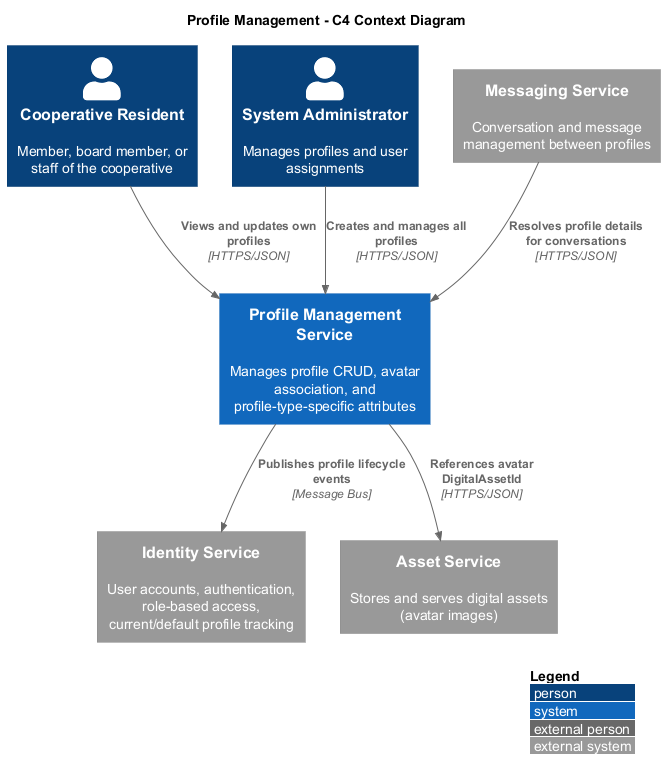
Above: docs/detailed-designs/04-profile-management/c4-context.png in QuinntyneBrown/Coop (PlantUML), before the change.
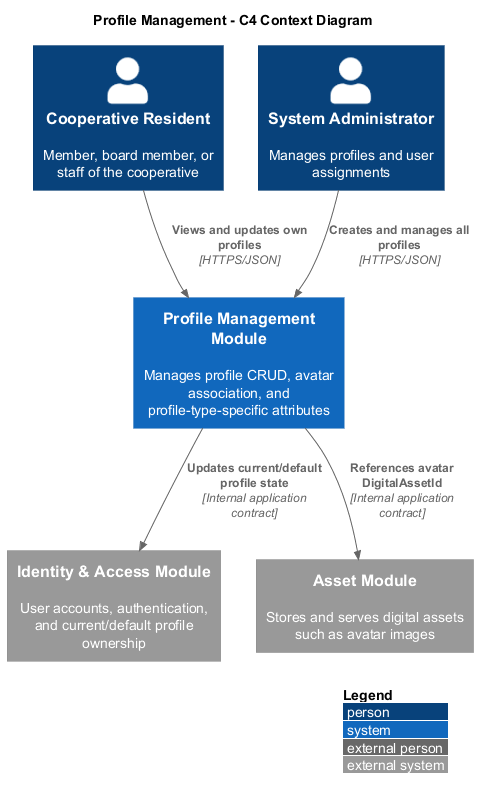
The same diagram one commit later.

What changed in the source:
```diff
@@ -10,16 +10,14 @@
 Person(resident, "Cooperative Resident", "Member, board member, or staff of the cooperative")
 Person(admin, "System Administrator", "Manages profiles and user assignments")
 
-System(profileService, "Profile Management Service", "Manages profile CRUD, avatar association, and profile-type-specific attributes")
+System(profileModule, "Profile Management Module", "Manages profile CRUD, avatar association, and profile-type-specific attributes")
 
-System_Ext(identityService, "Identity Service", "User accounts, authentication, role-based access, current/default profile tracking")
-System_Ext(assetService, "Asset Service", "Stores and serves digital assets (avatar images)")
-System_Ext(messagingService, "Messaging Service", "Conversation and message management between profiles")
+System_Ext(identityModule, "Identity & Access Module", "User accounts, authentication, and current/default profile ownership")
+System_Ext(assetModule, "Asset Module", "Stores and serves digital assets such as avatar images")
 
-Rel(resident, profileService, "Views and updates own profiles", "HTTPS/JSON")
-Rel(admin, profileService, "Creates and manages all profiles", "HTTPS/JSON")
-Rel(profileService, identityService, "Publishes profile lifecycle events", "Message Bus")
-Rel(profileService, assetService, "References avatar DigitalAssetId", "HTTPS/JSON")
-Rel(messagingService, profileService, "Resolves profile details for conversations", "HTTPS/JSON")
+Rel(resident, profileModule, "Views and updates own profiles", "HTTPS/JSON")
+Rel(admin, profileModule, "Creates and manages all profiles", "HTTPS/JSON")
+Rel(profileModule, identityModule, "Updates current/default profile state", "Internal application contract")
+Rel(profileModule, assetModule, "References avatar DigitalAssetId", "Internal application contract")
 
 @enduml
```
